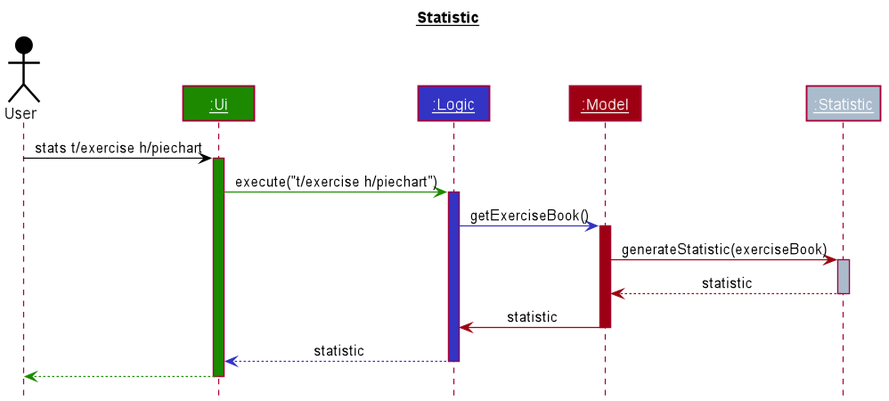
The PlantUML diagram docs/images/StatisticSequenceDiagram.png in nus-cs2103-AY1920S1/addressbook-level3, before a commit. Its source is kept beside it as docs/diagrams/StatisticSequenceDiagram.puml. Its diagram source:
```plantuml
@startuml Statistic
!include style.puml

title __Statistic__
actor User USER_COLOR
participant "__:Ui__" as Ui UI_COLOR
participant "__:Logic__" as Logic LOGIC_COLOR
participant "__:Model__" as Model MODEL_COLOR
participant "__:Statistic__" as Statistic #ABC

User -[USER_COLOR]> Ui: stats t/exercise h/piechart
activate Ui UI_COLOR

Ui -[UI_COLOR]> Logic: execute("t/exercise h/piechart")
activate Logic LOGIC_COLOR

Logic -[LOGIC_COLOR]> Model: getExerciseBook()
activate Model MODEL_COLOR

Model -[MODEL_COLOR]> Statistic: generateStatistic(exerciseBook)
activate Statistic #ABC
return statistic

Model -[MODEL_COLOR]> Logic: statistic
deactivate Model

Logic --[LOGIC_COLOR]> Ui: statistic
deactivate Logic

Ui --[UI_COLOR]> User
deactivate Ui

@enduml
```
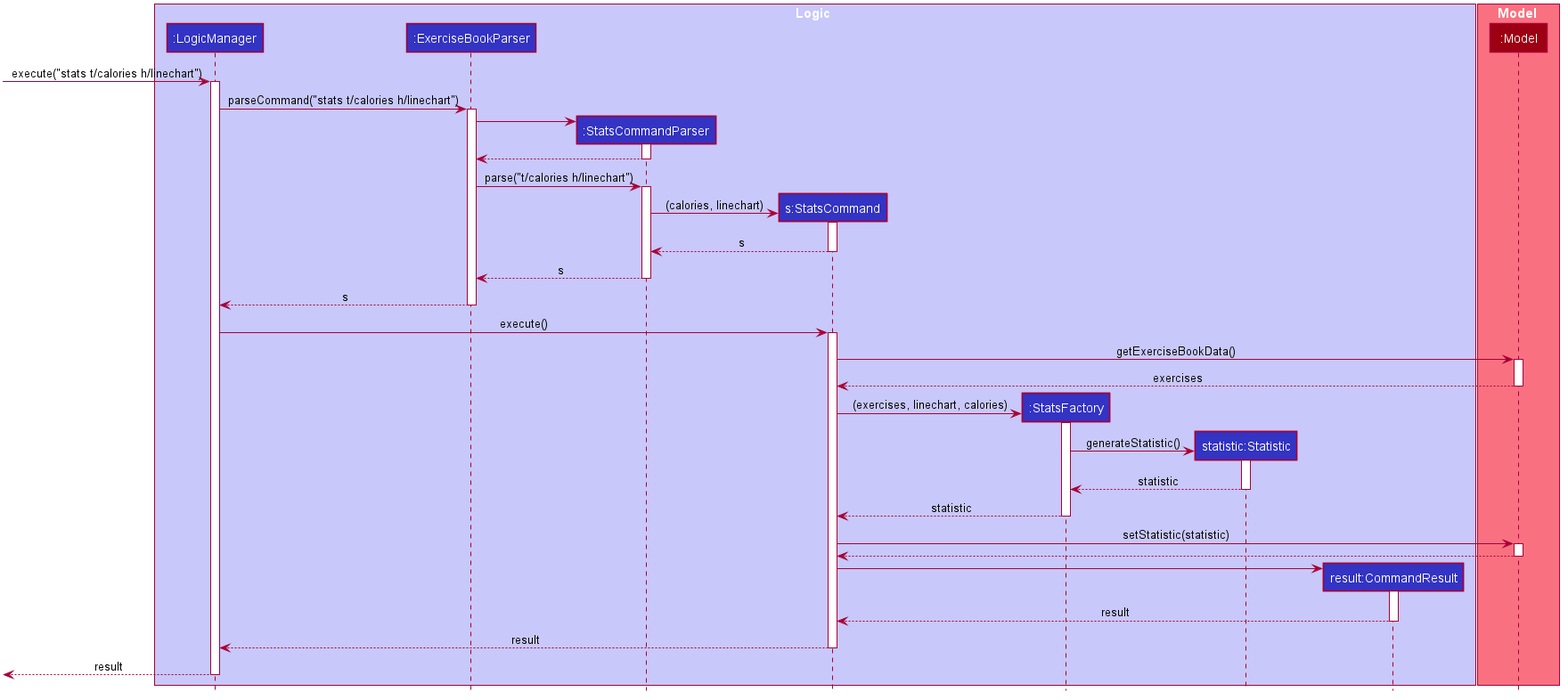
Above is the later version.

The edit, as a diff of the source:
```diff
@@ -1,33 +1,88 @@
-@startuml Statistic
+@startuml
 !include style.puml
 
-title __Statistic__
-actor User USER_COLOR
-participant "__:Ui__" as Ui UI_COLOR
-participant "__:Logic__" as Logic LOGIC_COLOR
-participant "__:Model__" as Model MODEL_COLOR
-participant "__:Statistic__" as Statistic #ABC
+box Logic LOGIC_COLOR_T1
+participant ":LogicManager" as LogicManager LOGIC_COLOR
+participant ":ExerciseBookParser" as ExerciseBookParser LOGIC_COLOR
+participant ":StatsCommandParser" as StatsCommandParser LOGIC_COLOR
+participant "s:StatsCommand" as StatsCommand LOGIC_COLOR
+participant ":StatsFactory" as StatsFactory LOGIC_COLOR
+participant "statistic:Statistic" as Statistic LOGIC_COLOR
+participant "result:CommandResult" as CommandResult LOGIC_COLOR
+end box
 
-User -[USER_COLOR]> Ui: stats t/exercise h/piechart
-activate Ui UI_COLOR
+box Model MODEL_COLOR_T1
+participant ":Model" as Model MODEL_COLOR
+end box
 
-Ui -[UI_COLOR]> Logic: execute("t/exercise h/piechart")
-activate Logic LOGIC_COLOR
+[-> LogicManager : execute("stats t/calories h/linechart")
+activate LogicManager
 
-Logic -[LOGIC_COLOR]> Model: getExerciseBook()
-activate Model MODEL_COLOR
+LogicManager -> ExerciseBookParser : parseCommand("stats t/calories h/linechart")
+activate ExerciseBookParser
 
-Model -[MODEL_COLOR]> Statistic: generateStatistic(exerciseBook)
-activate Statistic #ABC
-return statistic
+create StatsCommandParser
+ExerciseBookParser -> StatsCommandParser
+activate StatsCommandParser
 
-Model -[MODEL_COLOR]> Logic: statistic
+StatsCommandParser --> ExerciseBookParser
+deactivate StatsCommandParser
+
+ExerciseBookParser -> StatsCommandParser : parse("t/calories h/linechart")
+activate StatsCommandParser
+
+create StatsCommand
+StatsCommandParser -> StatsCommand : (calories, linechart)
+activate StatsCommand
+
+StatsCommand --> StatsCommandParser : s
+deactivate StatsCommand
+
+StatsCommandParser --> ExerciseBookParser : s
+deactivate StatsCommandParser
+
+ExerciseBookParser --> LogicManager : s
+deactivate ExerciseBookParser
+
+LogicManager -> StatsCommand : execute()
+activate StatsCommand
+
+StatsCommand -> Model : getExerciseBookData()
+activate Model
+
+Model --> StatsCommand : exercises
 deactivate Model
 
-Logic --[LOGIC_COLOR]> Ui: statistic
-deactivate Logic
+create StatsFactory
+StatsCommand -> StatsFactory : (exercises, linechart, calories)
+activate StatsFactory
 
-Ui --[UI_COLOR]> User
-deactivate Ui
+create Statistic
+StatsFactory -> Statistic : generateStatistic()
+activate Statistic
 
+Statistic --> StatsFactory : statistic
+deactivate Statistic
+
+StatsFactory --> StatsCommand : statistic
+deactivate StatsFactory
+
+StatsCommand -> Model : setStatistic(statistic)
+activate Model
+
+Model --> StatsCommand
+deactivate Model
+
+create CommandResult
+StatsCommand -> CommandResult
+activate CommandResult
+
+CommandResult --> StatsCommand : result
+deactivate CommandResult
+
+StatsCommand --> LogicManager : result
+deactivate StatsCommand
+
+[<--LogicManager : result
+deactivate LogicManager
 @enduml
```
